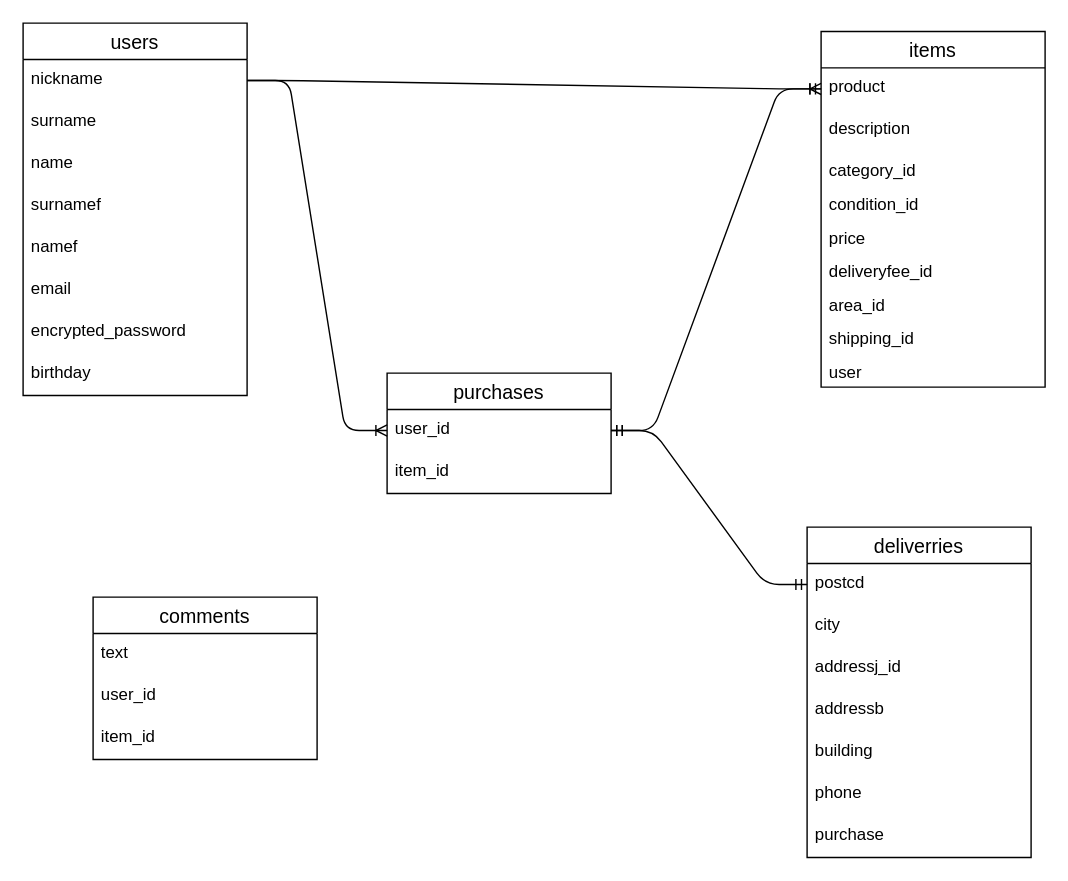
Earlier version of the draw.io diagram app/views/ER.dio (mahha334/furima-31178). Source tidied: cells renumbered, new cells numbered last; positions are measured from the earlier drawing's top-left corner, leaving out a move shared by most shapes. Both pictures are drawn from the tidied source at 140%, with x=0, y=0 at pixel (22, 22).
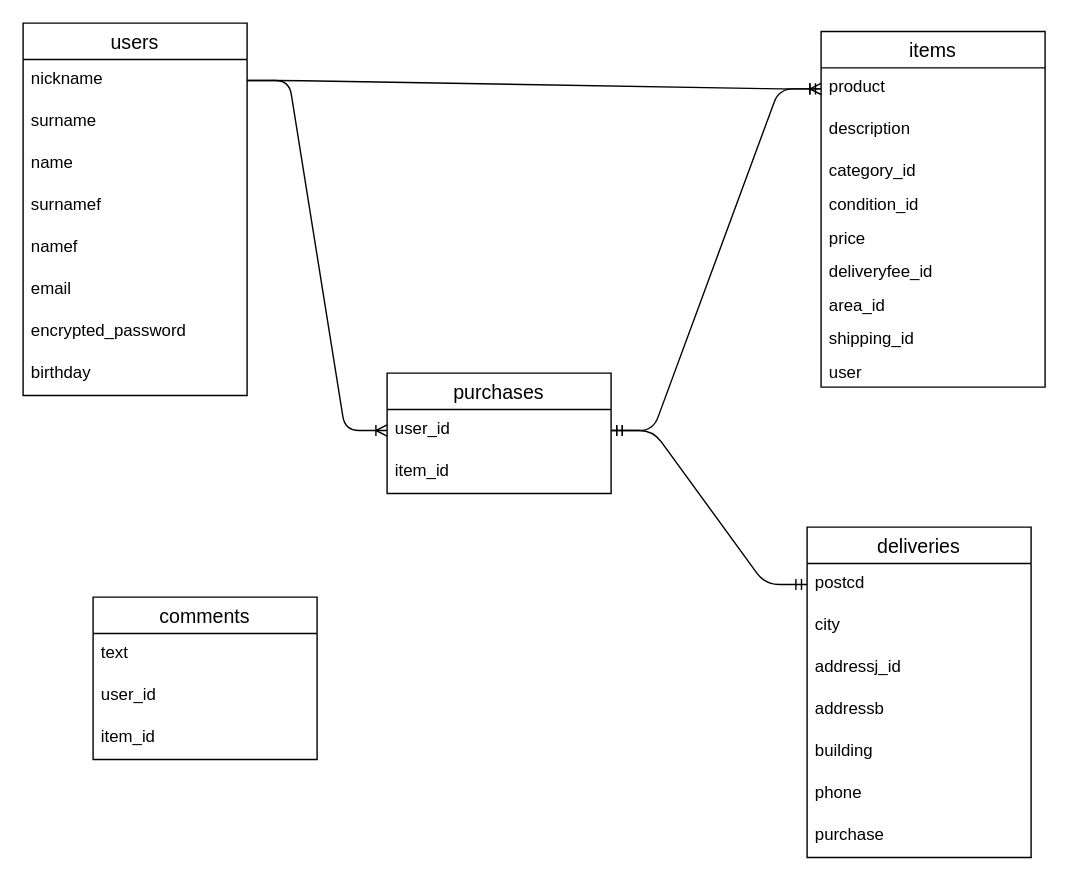
After the change.

What changed in the source:
```diff
@@
-    <mxCell id="28" value="deliverries" style="swimlane;fontStyle=0;horizontal=1;startSize=26;align=center;fontSize=14;rounded=0;sketch=0;" parent="1" vertex="1">
+    <mxCell id="28" value="deliveries" style="swimlane;fontStyle=0;horizontal=1;startSize=26;align=center;fontSize=14;rounded=0;sketch=0;" parent="1" vertex="1">
       <mxGeometry x="560" y="360" width="160" height="236" as="geometry" />
     </mxCell>
```
